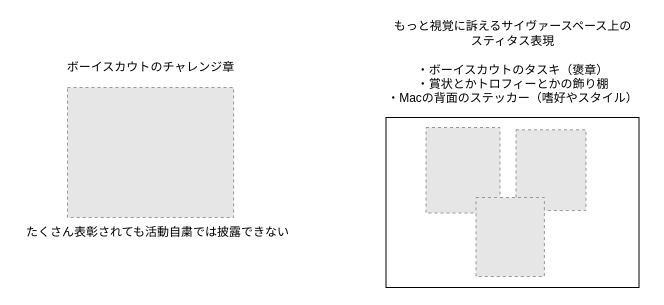
plastico/backerpub keeps this draw.io diagram as concept.drawio. Above is the earlier version. Source tidied: cells renumbered, new cells numbered last; positions are measured from the earlier drawing's top-left corner, leaving out a move shared by most shapes. Both pictures are drawn from the tidied source at 100%, with x=0, y=0 at pixel (17, 17). Pictures stored in the file or linked from it are replaced by grey dashed boxes.
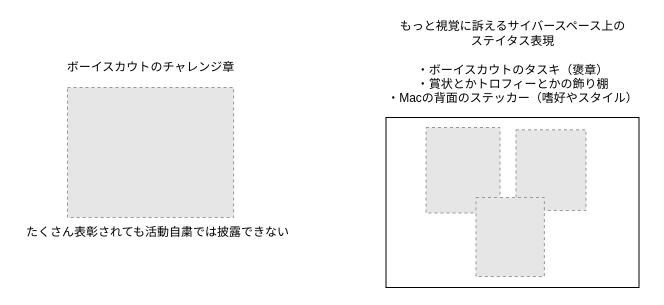
The same diagram, later.

What changed in the source:
```diff
@@
 <mxGraphModel>
   <root>
     <mxCell id="0" />
     <mxCell id="1" parent="0" />
     <mxCell id="2" style="whiteSpace=wrap;html=1;fillColor=none;" parent="1" vertex="1">
       <mxGeometry x="368.5" y="100" width="253" height="170" as="geometry" />
     </mxCell>
     <mxCell id="3" style="fillColor=#E6E6E6;strokeColor=#999999;dashed=1;verticalLabelPosition=bottom;labelBackgroundColor=#ffffff;verticalAlign=top;" parent="1" vertex="1">
       <mxGeometry x="408.5" y="110" width="74" height="85.5" as="geometry" />
     </mxCell>
     <mxCell id="4" style="fillColor=#E6E6E6;strokeColor=#999999;dashed=1;verticalLabelPosition=bottom;labelBackgroundColor=#ffffff;verticalAlign=top;" parent="1" vertex="1">
       <mxGeometry x="498.5" y="112.3" width="70" height="80.8" as="geometry" />
     </mxCell>
     <mxCell id="5" style="fillColor=#E6E6E6;strokeColor=#999999;dashed=1;verticalLabelPosition=bottom;labelBackgroundColor=#ffffff;verticalAlign=top;" parent="1" vertex="1">
       <mxGeometry x="458.5" y="180" width="68.4" height="79" as="geometry" />
     </mxCell>
-    <mxCell id="6" value="もっと視覚に訴えるサイヴァースペース上の&lt;br&gt;スティタス表現&lt;br&gt;&lt;br&gt;・ボーイスカウトのタスキ（褒章）&lt;br&gt;・賞状とかトロフィーとかの飾り棚&lt;br&gt;・Macの背面のステッカー（嗜好やスタイル）" style="text;html=1;align=center;verticalAlign=middle;fillColor=none;strokeColor=none;rounded=0;" parent="1" vertex="1">
+    <mxCell id="6" value="もっと視覚に訴えるサイバースペース上の&lt;br&gt;ステイタス表現&lt;br&gt;&lt;br&gt;・ボーイスカウトのタスキ（褒章）&lt;br&gt;・賞状とかトロフィーとかの飾り棚&lt;br&gt;・Macの背面のステッカー（嗜好やスタイル）" style="text;html=1;align=center;verticalAlign=middle;fillColor=none;strokeColor=none;rounded=0;" parent="1" vertex="1">
       <mxGeometry x="360" width="270" height="90" as="geometry" />
     </mxCell>
     <mxCell id="7" style="fillColor=#E6E6E6;strokeColor=#999999;dashed=1;verticalLabelPosition=bottom;labelBackgroundColor=#ffffff;verticalAlign=top;" parent="1" vertex="1">
       <mxGeometry x="50" y="70" width="166.1" height="130" as="geometry" />
     </mxCell>
     <mxCell id="8" value="たくさん表彰されても活動自粛では披露できない" style="text;html=1;align=center;verticalAlign=middle;fillColor=none;strokeColor=none;rounded=0;" parent="1" vertex="1">
       <mxGeometry y="205" width="280" height="20" as="geometry" />
     </mxCell>
     <mxCell id="9" value="ボーイスカウトのチャレンジ章" style="text;html=1;align=center;verticalAlign=middle;fillColor=none;strokeColor=none;rounded=0;" parent="1" vertex="1">
       <mxGeometry x="43" y="40" width="180" height="20" as="geometry" />
     </mxCell>
   </root>
 </mxGraphModel>
```
